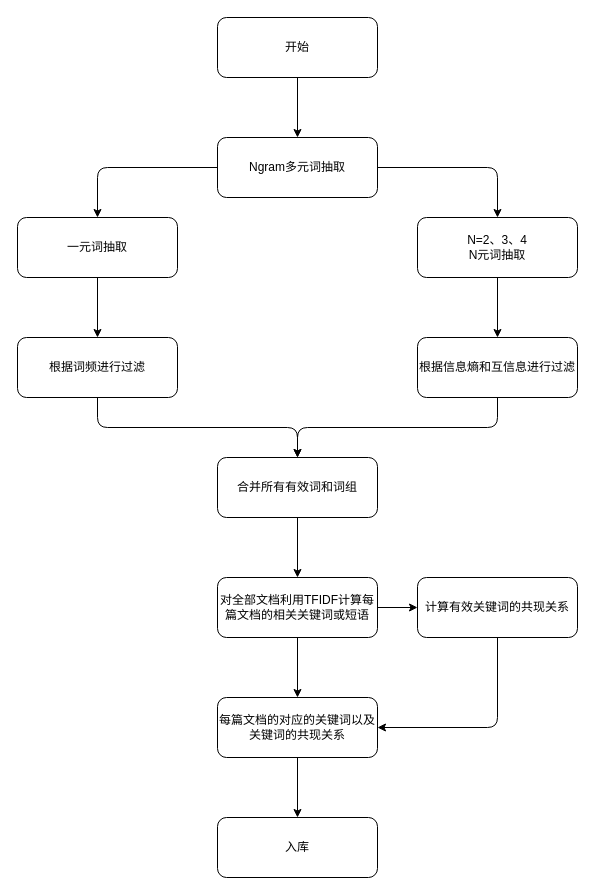
Earlier version of the draw.io diagram new word.drawio (Musk-Mxy/Mxy). Source tidied: cells renumbered, new cells numbered last; positions are measured from the earlier drawing's top-left corner, leaving out a move shared by most shapes. Both pictures are drawn from the tidied source at 100%, with x=0, y=0 at pixel (17, 17).
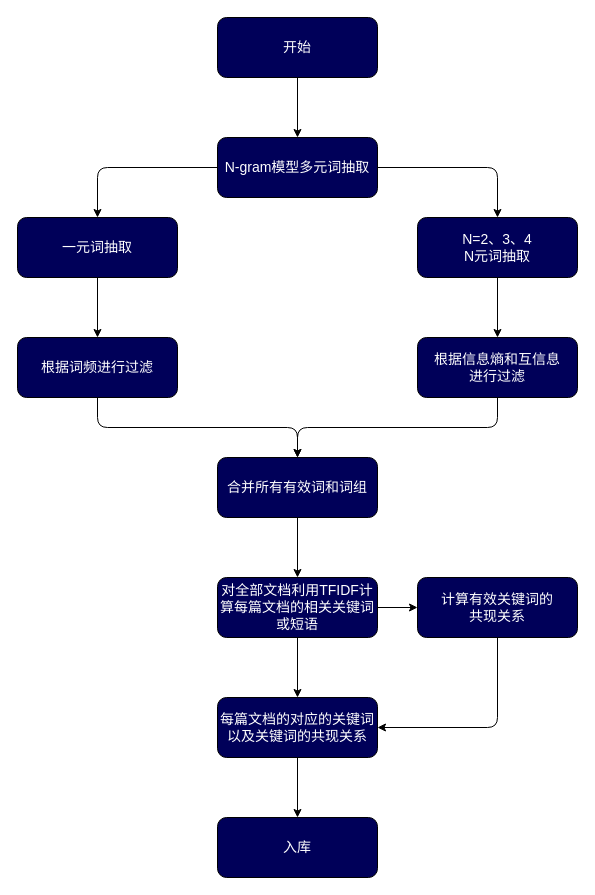
Above is the later version.

What changed in the source:
```diff
@@
-    <mxCell id="2" style="edgeStyle=orthogonalEdgeStyle;rounded=1;jettySize=auto;html=1;exitX=0.5;exitY=1;exitDx=0;exitDy=0;" parent="1" edge="1" source="3" target="6">
+    <mxCell id="2" style="edgeStyle=orthogonalEdgeStyle;rounded=1;jettySize=auto;html=1;exitX=0.5;exitY=1;exitDx=0;exitDy=0;fontSize=14;" parent="1" edge="1" source="3" target="6">
       <mxGeometry relative="1" as="geometry" />
     </mxCell>
-    <mxCell id="3" value="开始" style="rounded=1;whiteSpace=wrap;html=1;" parent="1" vertex="1">
+    <mxCell id="3" value="开始" style="rounded=1;whiteSpace=wrap;html=1;fontColor=#FFFFFF;fillColor=#000059;fontSize=14;" parent="1" vertex="1">
       <mxGeometry x="200" width="160" height="60" as="geometry" />
     </mxCell>
-    <mxCell id="4" style="edgeStyle=orthogonalEdgeStyle;rounded=1;jettySize=auto;html=1;exitX=0;exitY=0.5;exitDx=0;exitDy=0;entryX=0.5;entryY=0;entryDx=0;entryDy=0;" parent="1" edge="1" source="6" target="8">
+    <mxCell id="4" style="edgeStyle=orthogonalEdgeStyle;rounded=1;jettySize=auto;html=1;exitX=0;exitY=0.5;exitDx=0;exitDy=0;entryX=0.5;entryY=0;entryDx=0;entryDy=0;fontSize=14;" parent="1" edge="1" source="6" target="8">
       <mxGeometry relative="1" as="geometry" />
     </mxCell>
-    <mxCell id="5" style="edgeStyle=orthogonalEdgeStyle;rounded=1;jettySize=auto;html=1;exitX=1;exitY=0.5;exitDx=0;exitDy=0;entryX=0.5;entryY=0;entryDx=0;entryDy=0;" parent="1" edge="1" source="6" target="10">
+    <mxCell id="5" style="edgeStyle=orthogonalEdgeStyle;rounded=1;jettySize=auto;html=1;exitX=1;exitY=0.5;exitDx=0;exitDy=0;entryX=0.5;entryY=0;entryDx=0;entryDy=0;fontSize=14;" parent="1" edge="1" source="6" target="10">
       <mxGeometry relative="1" as="geometry" />
     </mxCell>
-    <mxCell id="6" value="Ngram多元词抽取" style="rounded=1;whiteSpace=wrap;html=1;" parent="1" vertex="1">
+    <mxCell id="6" value="N-gram模型多元词抽取" style="rounded=1;whiteSpace=wrap;html=1;fillColor=#000059;fontColor=#FFFFFF;fontSize=14;fontStyle=0;" parent="1" vertex="1">
       <mxGeometry x="200" y="120" width="160" height="60" as="geometry" />
     </mxCell>
-    <mxCell id="7" style="edgeStyle=orthogonalEdgeStyle;rounded=1;jettySize=auto;html=1;exitX=0.5;exitY=1;exitDx=0;exitDy=0;entryX=0.5;entryY=0;entryDx=0;entryDy=0;" parent="1" edge="1" source="8" target="12">
+    <mxCell id="7" style="edgeStyle=orthogonalEdgeStyle;rounded=1;jettySize=auto;html=1;exitX=0.5;exitY=1;exitDx=0;exitDy=0;entryX=0.5;entryY=0;entryDx=0;entryDy=0;fontSize=14;" parent="1" edge="1" source="8" target="12">
       <mxGeometry relative="1" as="geometry" />
     </mxCell>
-    <mxCell id="8" value="一元词抽取" style="rounded=1;whiteSpace=wrap;html=1;" parent="1" vertex="1">
+    <mxCell id="8" value="一元词抽取" style="rounded=1;whiteSpace=wrap;html=1;fillColor=#000059;fontColor=#FFFFFF;fontSize=14;" parent="1" vertex="1">
       <mxGeometry y="200" width="160" height="60" as="geometry" />
     </mxCell>
-    <mxCell id="9" style="edgeStyle=orthogonalEdgeStyle;rounded=1;jettySize=auto;html=1;exitX=0.5;exitY=1;exitDx=0;exitDy=0;entryX=0.5;entryY=0;entryDx=0;entryDy=0;" parent="1" edge="1" source="10" target="14">
+    <mxCell id="9" style="edgeStyle=orthogonalEdgeStyle;rounded=1;jettySize=auto;html=1;exitX=0.5;exitY=1;exitDx=0;exitDy=0;entryX=0.5;entryY=0;entryDx=0;entryDy=0;fontSize=14;" parent="1" edge="1" source="10" target="14">
       <mxGeometry relative="1" as="geometry" />
     </mxCell>
-    <mxCell id="10" value="N=2、3、4&lt;br&gt;N元词抽取" style="rounded=1;whiteSpace=wrap;html=1;" parent="1" vertex="1">
+    <mxCell id="10" value="N=2、3、4&lt;br style=&quot;font-size: 14px;&quot;&gt;N元词抽取" style="rounded=1;whiteSpace=wrap;html=1;fillColor=#000059;fontColor=#FFFFFF;fontSize=14;" parent="1" vertex="1">
       <mxGeometry x="400" y="200" width="160" height="60" as="geometry" />
     </mxCell>
-    <mxCell id="11" style="edgeStyle=orthogonalEdgeStyle;rounded=1;jettySize=auto;html=1;exitX=0.5;exitY=1;exitDx=0;exitDy=0;entryX=0.5;entryY=0;entryDx=0;entryDy=0;" parent="1" edge="1" source="12" target="16">
+    <mxCell id="11" style="edgeStyle=orthogonalEdgeStyle;rounded=1;jettySize=auto;html=1;exitX=0.5;exitY=1;exitDx=0;exitDy=0;entryX=0.5;entryY=0;entryDx=0;entryDy=0;fontSize=14;" parent="1" edge="1" source="12" target="16">
       <mxGeometry relative="1" as="geometry" />
     </mxCell>
-    <mxCell id="12" value="根据词频进行过滤" style="rounded=1;whiteSpace=wrap;html=1;" parent="1" vertex="1">
+    <mxCell id="12" value="根据词频进行过滤" style="rounded=1;whiteSpace=wrap;html=1;fillColor=#000059;fontColor=#FFFFFF;fontSize=14;" parent="1" vertex="1">
       <mxGeometry y="320" width="160" height="60" as="geometry" />
     </mxCell>
-    <mxCell id="13" style="edgeStyle=orthogonalEdgeStyle;rounded=1;jettySize=auto;html=1;exitX=0.5;exitY=1;exitDx=0;exitDy=0;entryX=0.5;entryY=0;entryDx=0;entryDy=0;" parent="1" edge="1" source="14" target="16">
+    <mxCell id="13" style="edgeStyle=orthogonalEdgeStyle;rounded=1;jettySize=auto;html=1;exitX=0.5;exitY=1;exitDx=0;exitDy=0;entryX=0.5;entryY=0;entryDx=0;entryDy=0;fontSize=14;" parent="1" edge="1" source="14" target="16">
       <mxGeometry relative="1" as="geometry" />
     </mxCell>
-    <mxCell id="14" value="根据信息熵和互信息进行过滤" style="rounded=1;whiteSpace=wrap;html=1;" parent="1" vertex="1">
+    <mxCell id="14" value="根据信息熵和互信息&lt;br&gt;进行过滤" style="rounded=1;whiteSpace=wrap;html=1;fillColor=#000059;fontColor=#FFFFFF;fontSize=14;" parent="1" vertex="1">
       <mxGeometry x="400" y="320" width="160" height="60" as="geometry" />
     </mxCell>
-    <mxCell id="15" style="edgeStyle=orthogonalEdgeStyle;rounded=1;jettySize=auto;html=1;exitX=0.5;exitY=1;exitDx=0;exitDy=0;" parent="1" edge="1" source="16" target="19">
+    <mxCell id="15" style="edgeStyle=orthogonalEdgeStyle;rounded=1;jettySize=auto;html=1;exitX=0.5;exitY=1;exitDx=0;exitDy=0;fontSize=14;" parent="1" edge="1" source="16" target="19">
       <mxGeometry relative="1" as="geometry" />
     </mxCell>
-    <mxCell id="16" value="合并所有有效词和词组" style="rounded=1;whiteSpace=wrap;html=1;" parent="1" vertex="1">
+    <mxCell id="16" value="合并所有有效词和词组" style="rounded=1;whiteSpace=wrap;html=1;fillColor=#000059;fontColor=#FFFFFF;fontSize=14;" parent="1" vertex="1">
       <mxGeometry x="200" y="440" width="160" height="60" as="geometry" />
     </mxCell>
-    <mxCell id="17" style="edgeStyle=orthogonalEdgeStyle;rounded=1;jettySize=auto;html=1;exitX=1;exitY=0.5;exitDx=0;exitDy=0;entryX=0;entryY=0.5;entryDx=0;entryDy=0;" parent="1" edge="1" source="19" target="21">
+    <mxCell id="17" style="edgeStyle=orthogonalEdgeStyle;rounded=1;jettySize=auto;html=1;exitX=1;exitY=0.5;exitDx=0;exitDy=0;entryX=0;entryY=0.5;entryDx=0;entryDy=0;fontSize=14;" parent="1" edge="1" source="19" target="21">
       <mxGeometry relative="1" as="geometry" />
     </mxCell>
-    <mxCell id="18" style="edgeStyle=orthogonalEdgeStyle;rounded=1;jettySize=auto;html=1;exitX=0.5;exitY=1;exitDx=0;exitDy=0;entryX=0.5;entryY=0;entryDx=0;entryDy=0;" parent="1" edge="1" source="19" target="23">
+    <mxCell id="18" style="edgeStyle=orthogonalEdgeStyle;rounded=1;jettySize=auto;html=1;exitX=0.5;exitY=1;exitDx=0;exitDy=0;entryX=0.5;entryY=0;entryDx=0;entryDy=0;fontSize=14;" parent="1" edge="1" source="19" target="23">
       <mxGeometry relative="1" as="geometry" />
     </mxCell>
-    <mxCell id="19" value="对全部文档利用TFIDF计算每篇文档的相关关键词或短语" style="rounded=1;whiteSpace=wrap;html=1;" parent="1" vertex="1">
+    <mxCell id="19" value="对全部文档利用TFIDF计算每篇文档的相关关键词或短语" style="rounded=1;whiteSpace=wrap;html=1;fillColor=#000059;fontColor=#FFFFFF;fontSize=14;" parent="1" vertex="1">
       <mxGeometry x="200" y="560" width="160" height="60" as="geometry" />
     </mxCell>
-    <mxCell id="20" style="edgeStyle=orthogonalEdgeStyle;rounded=1;jettySize=auto;html=1;exitX=0.5;exitY=1;exitDx=0;exitDy=0;entryX=1;entryY=0.5;entryDx=0;entryDy=0;" parent="1" edge="1" source="21" target="23">
+    <mxCell id="20" style="edgeStyle=orthogonalEdgeStyle;rounded=1;jettySize=auto;html=1;exitX=0.5;exitY=1;exitDx=0;exitDy=0;entryX=1;entryY=0.5;entryDx=0;entryDy=0;fontSize=14;" parent="1" edge="1" source="21" target="23">
       <mxGeometry relative="1" as="geometry" />
     </mxCell>
-    <mxCell id="21" value="计算有效关键词的共现关系" style="rounded=1;whiteSpace=wrap;html=1;" parent="1" vertex="1">
+    <mxCell id="21" value="计算有效关键词的&lt;br&gt;共现关系" style="rounded=1;whiteSpace=wrap;html=1;fillColor=#000059;fontColor=#FFFFFF;fontSize=14;" parent="1" vertex="1">
       <mxGeometry x="400" y="560" width="160" height="60" as="geometry" />
     </mxCell>
-    <mxCell id="22" style="edgeStyle=orthogonalEdgeStyle;rounded=1;jettySize=auto;html=1;exitX=0.5;exitY=1;exitDx=0;exitDy=0;entryX=0.5;entryY=0;entryDx=0;entryDy=0;" parent="1" edge="1" source="23" target="24">
+    <mxCell id="22" style="edgeStyle=orthogonalEdgeStyle;rounded=1;jettySize=auto;html=1;exitX=0.5;exitY=1;exitDx=0;exitDy=0;entryX=0.5;entryY=0;entryDx=0;entryDy=0;fontSize=14;" parent="1" edge="1" source="23" target="24">
       <mxGeometry relative="1" as="geometry" />
     </mxCell>
-    <mxCell id="23" value="每篇文档的对应的关键词以及关键词的共现关系" style="rounded=1;whiteSpace=wrap;html=1;" parent="1" vertex="1">
+    <mxCell id="23" value="每篇文档的对应的关键词以及关键词的共现关系" style="rounded=1;whiteSpace=wrap;html=1;fillColor=#000059;fontColor=#FFFFFF;fontSize=14;" parent="1" vertex="1">
       <mxGeometry x="200" y="680" width="160" height="60" as="geometry" />
     </mxCell>
-    <mxCell id="24" value="入库" style="rounded=1;whiteSpace=wrap;html=1;" parent="1" vertex="1">
+    <mxCell id="24" value="入库" style="rounded=1;whiteSpace=wrap;html=1;fillColor=#000059;fontColor=#FFFFFF;fontSize=14;" parent="1" vertex="1">
       <mxGeometry x="200" y="800" width="160" height="60" as="geometry" />
     </mxCell>
```
